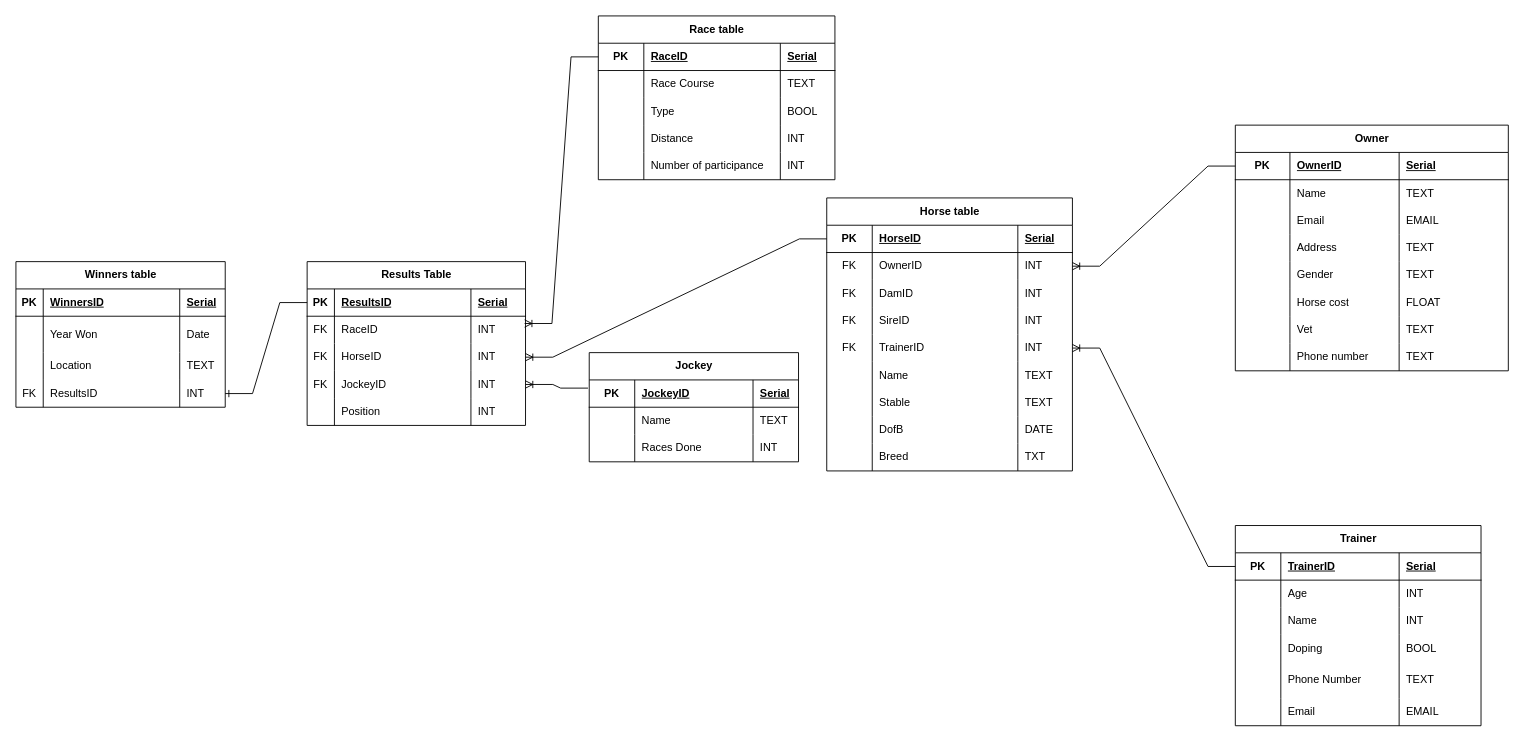
Before: Database ERD.drawio in MRVN11/Database-ER-diagram, a draw.io diagram. Source tidied: cells renumbered, new cells numbered last; positions are measured from the earlier drawing's top-left corner, leaving out a move shared by most shapes. Both pictures are drawn from the tidied source at 91%, with x=0, y=0 at pixel (15, 15).
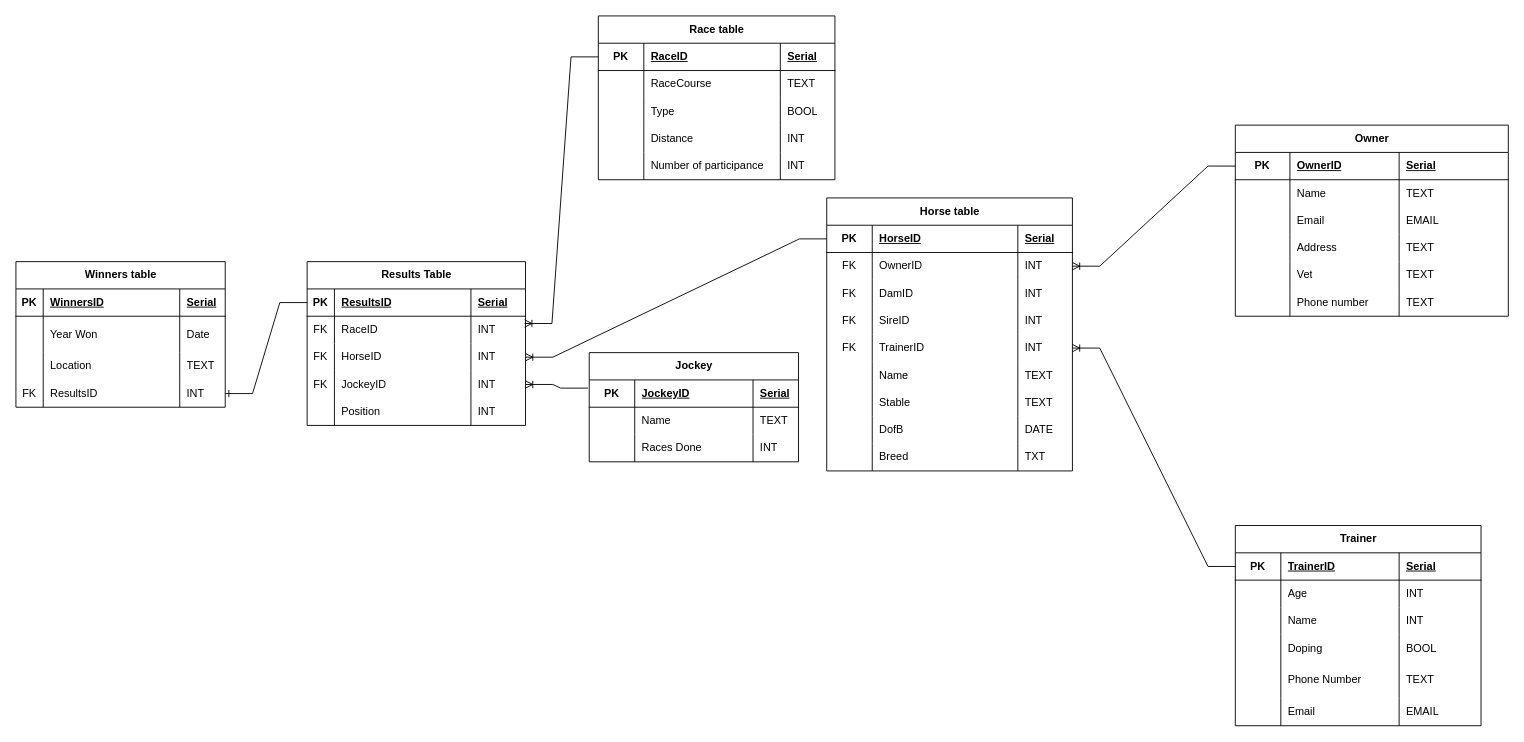
Above is the later version.

Unchanged cells that the change refers to:
```xml
<mxCell id="153" style="shape=tableRow;horizontal=0;startSize=0;swimlaneHead=0;swimlaneBody=0;fillColor=none;top=0;left=0;right=0;bottom=0;" parent="148" vertex="1">
  <mxGeometry y="60" width="260" height="30" as="geometry" />
</mxCell>
```

What changed in the source:
```diff
@@
     <mxCell id="52" value="Owner" style="shape=table;startSize=30;childLayout=tableLayout;rowLines=0;fontStyle=1;align=center;html=1;" parent="1" vertex="1">
-      <mxGeometry x="1340" y="120" width="300" height="270" as="geometry" />
+      <mxGeometry x="1340" y="120" width="300" height="210" as="geometry" />
     </mxCell>
@@
-    <mxCell id="69" style="shape=tableRow;horizontal=0;startSize=0;swimlaneHead=0;swimlaneBody=0;fillColor=none;top=0;left=0;right=0;bottom=0;" parent="52" vertex="1">
-      <mxGeometry y="150" width="300" height="30" as="geometry" />
-    </mxCell>
-    <mxCell id="70" style="shape=partialRectangle;fillColor=none;top=0;left=0;bottom=0;right=0;overflow=hidden;whiteSpace=wrap;html=1;" parent="69" vertex="1">
-      <mxGeometry width="60" height="30" as="geometry" />
-    </mxCell>
-    <mxCell id="71" value="Gender" style="shape=partialRectangle;fillColor=none;top=0;left=0;bottom=0;right=0;align=left;spacingLeft=6;overflow=hidden;whiteSpace=wrap;html=1;" parent="69" vertex="1">
-      <mxGeometry x="60" width="120" height="30" as="geometry" />
-    </mxCell>
-    <mxCell id="72" value="TEXT" style="shape=partialRectangle;fillColor=none;top=0;left=0;bottom=0;right=0;align=left;spacingLeft=6;overflow=hidden;whiteSpace=wrap;html=1;" parent="69" vertex="1">
-      <mxGeometry x="180" width="120" height="30" as="geometry" />
-    </mxCell>
-    <mxCell id="73" style="shape=tableRow;horizontal=0;startSize=0;swimlaneHead=0;swimlaneBody=0;fillColor=none;top=0;left=0;right=0;bottom=0;" parent="52" vertex="1">
-      <mxGeometry y="180" width="300" height="30" as="geometry" />
-    </mxCell>
-    <mxCell id="74" style="shape=partialRectangle;fillColor=none;top=0;left=0;bottom=0;right=0;overflow=hidden;whiteSpace=wrap;html=1;" parent="73" vertex="1">
-      <mxGeometry width="60" height="30" as="geometry" />
-    </mxCell>
-    <mxCell id="75" value="Horse cost" style="shape=partialRectangle;fillColor=none;top=0;left=0;bottom=0;right=0;align=left;spacingLeft=6;overflow=hidden;whiteSpace=wrap;html=1;" parent="73" vertex="1">
-      <mxGeometry x="60" width="120" height="30" as="geometry" />
-    </mxCell>
-    <mxCell id="76" value="FLOAT" style="shape=partialRectangle;fillColor=none;top=0;left=0;bottom=0;right=0;align=left;spacingLeft=6;overflow=hidden;whiteSpace=wrap;html=1;" parent="73" vertex="1">
-      <mxGeometry x="180" width="120" height="30" as="geometry" />
-    </mxCell>
     <mxCell id="77" style="shape=tableRow;horizontal=0;startSize=0;swimlaneHead=0;swimlaneBody=0;fillColor=none;top=0;left=0;right=0;bottom=0;" parent="52" vertex="1">
-      <mxGeometry y="210" width="300" height="30" as="geometry" />
+      <mxGeometry y="150" width="300" height="30" as="geometry" />
     </mxCell>
@@
     <mxCell id="81" style="shape=tableRow;horizontal=0;startSize=0;swimlaneHead=0;swimlaneBody=0;fillColor=none;top=0;left=0;right=0;bottom=0;" parent="52" vertex="1">
-      <mxGeometry y="240" width="300" height="30" as="geometry" />
+      <mxGeometry y="180" width="300" height="30" as="geometry" />
     </mxCell>
@@
-    <mxCell id="155" value="Race Course" style="shape=partialRectangle;fillColor=none;top=0;left=0;bottom=0;right=0;align=left;spacingLeft=6;overflow=hidden;whiteSpace=wrap;html=1;" parent="153" vertex="1">
+    <mxCell id="155" value="RaceCourse" style="shape=partialRectangle;fillColor=none;top=0;left=0;bottom=0;right=0;align=left;spacingLeft=6;overflow=hidden;whiteSpace=wrap;html=1;" parent="153" vertex="1">
       <mxGeometry x="50" width="150" height="30" as="geometry" />
     </mxCell>
```
